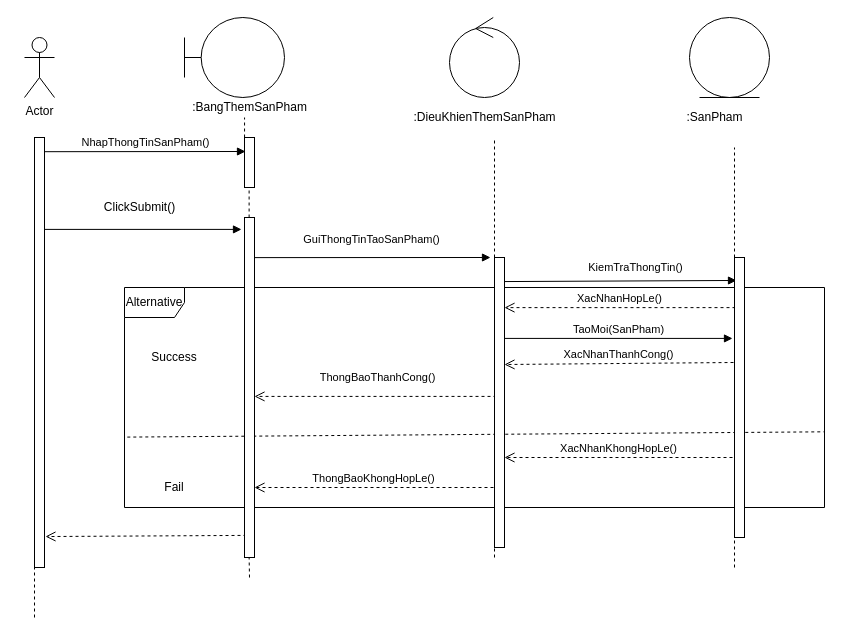
Above: Sequence/ThemSanPhamSequence.drawio in hoangminh15/PTTKHT (draw.io), before the change. Source tidied: cells renumbered, new cells numbered last; positions are measured from the earlier drawing's top-left corner, leaving out a move shared by most shapes. Both pictures are drawn from the tidied source at 100%, with x=0, y=0 at pixel (24, 17).
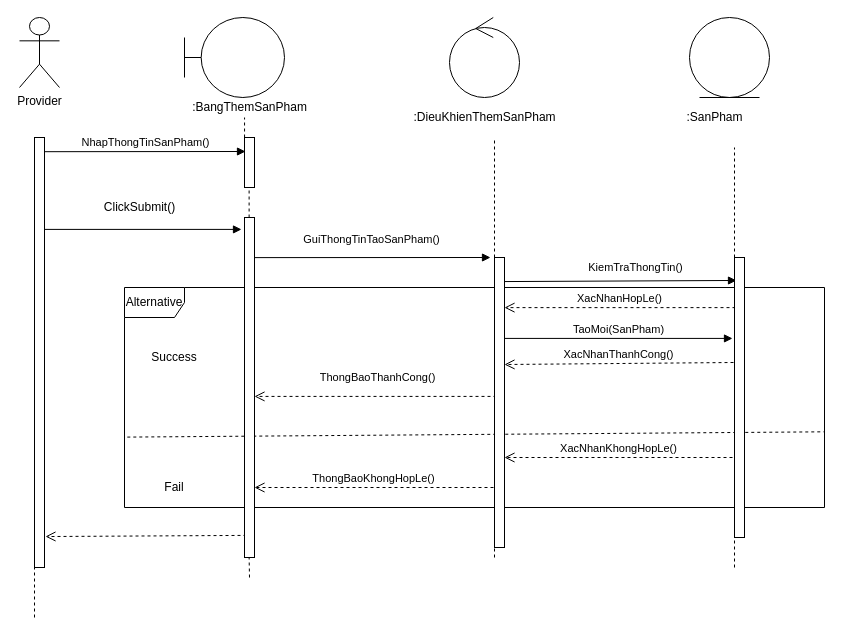
After the change.

Change to the diagram source:
```diff
@@
-    <mxCell id="19" value="Actor" style="shape=umlActor;verticalLabelPosition=bottom;verticalAlign=top;html=1;" parent="1" vertex="1">
-      <mxGeometry y="20" width="30" height="60" as="geometry" />
+    <mxCell id="19" value="Provider" style="shape=umlActor;verticalLabelPosition=bottom;verticalAlign=top;html=1;" parent="1" vertex="1">
+      <mxGeometry x="-5" width="40" height="70" as="geometry" />
     </mxCell>
```
